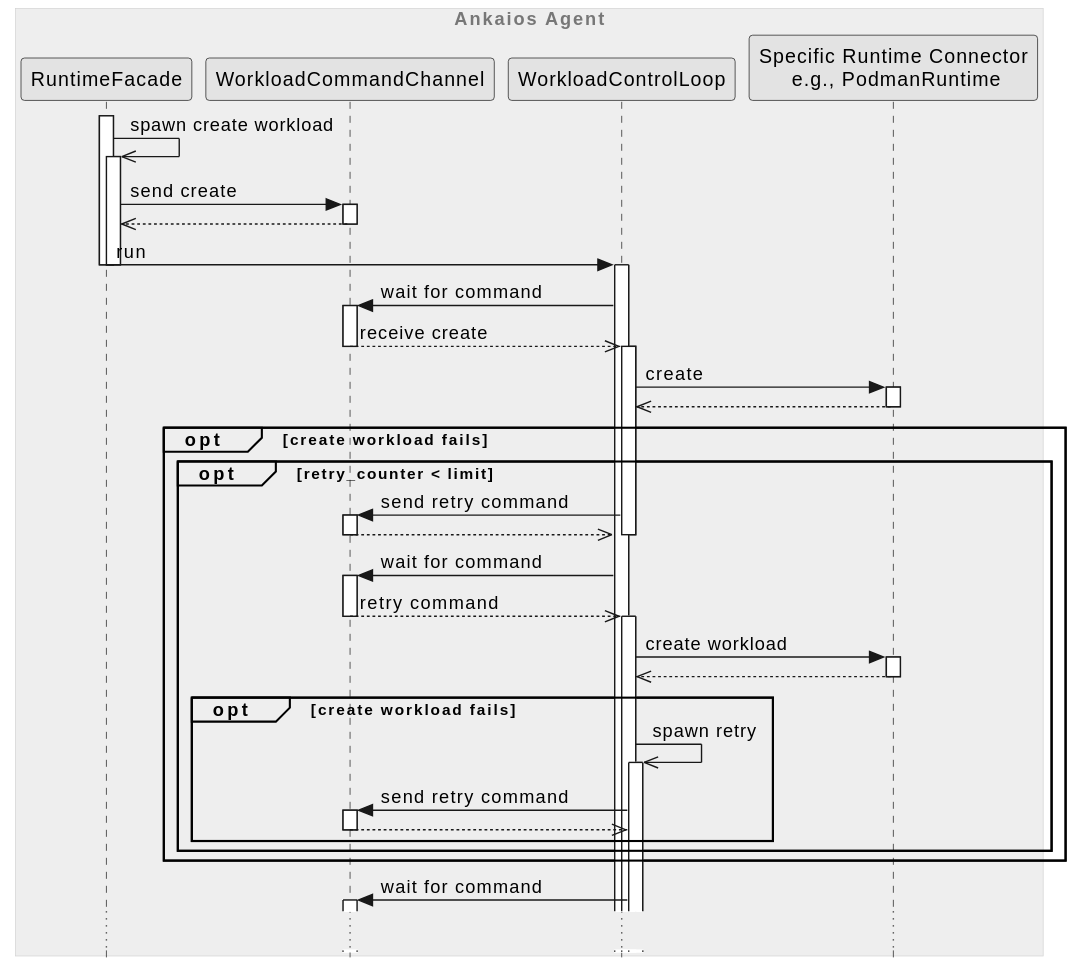
Above: agent/doc/swdesign/plantuml/seq_retry_workload_creation_on_create_failure.svg in eclipse-ankaios/ankaios (PlantUML), before the change. The source it was exported from:
```plantuml
@startuml
!include ../../../../resources/doc/plantuml/clean.skin

box "Ankaios Agent"
    participant "RuntimeFacade" as runtime_facade
    participant "WorkloadCommandChannel" as workload_command
    participant "WorkloadControlLoop" as workload_control_loop
    participant "Specific Runtime Connector\n e.g., PodmanRuntime" as runtime
end box

activate runtime_facade
runtime_facade ->> runtime_facade ++: spawn create workload
runtime_facade -> workload_command ++: send create
workload_command -->> runtime_facade--
runtime_facade -> workload_control_loop --++: run
deactivate runtime_facade
workload_control_loop -> workload_command++: wait for command
workload_command -->> workload_control_loop --++: receive create
workload_control_loop -> runtime ++: create
runtime -->> workload_control_loop--
opt create workload fails
    opt retry_counter < limit
    workload_control_loop -> workload_command ++: send retry command
    workload_command -->> workload_control_loop--
    deactivate workload_control_loop
    workload_control_loop -> workload_command ++: wait for command
    workload_command -->> workload_control_loop --++: retry command
        workload_control_loop -> runtime ++: create workload
        runtime -->> workload_control_loop--
        opt create workload fails
            workload_control_loop ->> workload_control_loop ++: spawn retry
            workload_control_loop -> workload_command ++: send retry command
            workload_command -->> workload_control_loop--
        end
    end
end
workload_control_loop -> workload_command ++: wait for command
...
@enduml
```
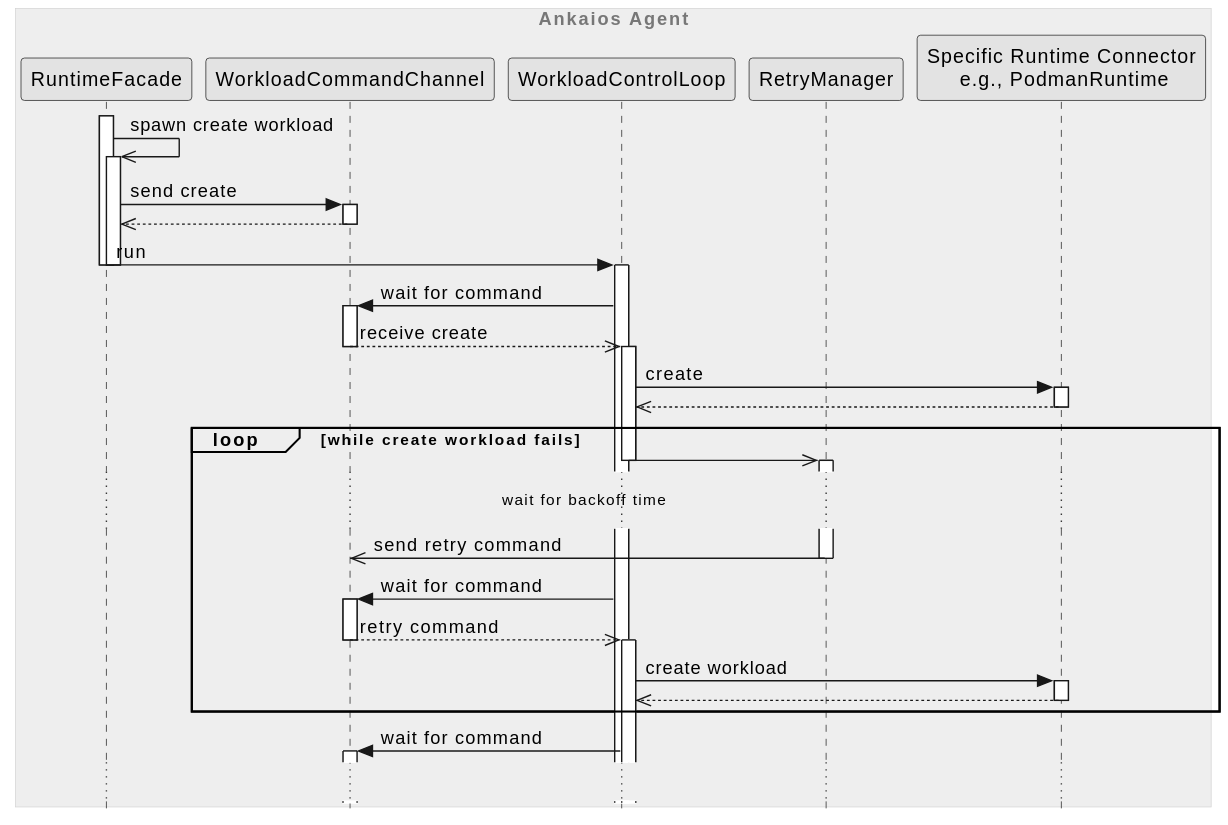
The same diagram one commit later.

Commit message:
Update SwDD diagrams with new update behavior

The edit, as a diff of the source:
```diff
@@ -5,6 +5,7 @@
     participant "RuntimeFacade" as runtime_facade
     participant "WorkloadCommandChannel" as workload_command
     participant "WorkloadControlLoop" as workload_control_loop
+    participant "RetryManager" as retry_manager
     participant "Specific Runtime Connector\n e.g., PodmanRuntime" as runtime
 end box
 
@@ -18,21 +19,16 @@
 workload_command -->> workload_control_loop --++: receive create
 workload_control_loop -> runtime ++: create
 runtime -->> workload_control_loop--
-opt create workload fails
-    opt retry_counter < limit
-    workload_control_loop -> workload_command ++: send retry command
-    workload_command -->> workload_control_loop--
-    deactivate workload_control_loop
-    workload_control_loop -> workload_command ++: wait for command
-    workload_command -->> workload_control_loop --++: retry command
-        workload_control_loop -> runtime ++: create workload
-        runtime -->> workload_control_loop--
-        opt create workload fails
-            workload_control_loop ->> workload_control_loop ++: spawn retry
-            workload_control_loop -> workload_command ++: send retry command
-            workload_command -->> workload_control_loop--
-        end
-    end
+loop while create workload fails
+    workload_control_loop ->> retry_manager--++
+    ...wait for backoff time...
+    retry_manager ->> workload_command--: send retry command
+
+    workload_control_loop -> workload_command++: wait for command
+    workload_control_loop <<-- workload_command--++: retry command
+
+    workload_control_loop -> runtime ++: create workload
+       runtime -->> workload_control_loop--
 end
 workload_control_loop -> workload_command ++: wait for command
 ...
```
